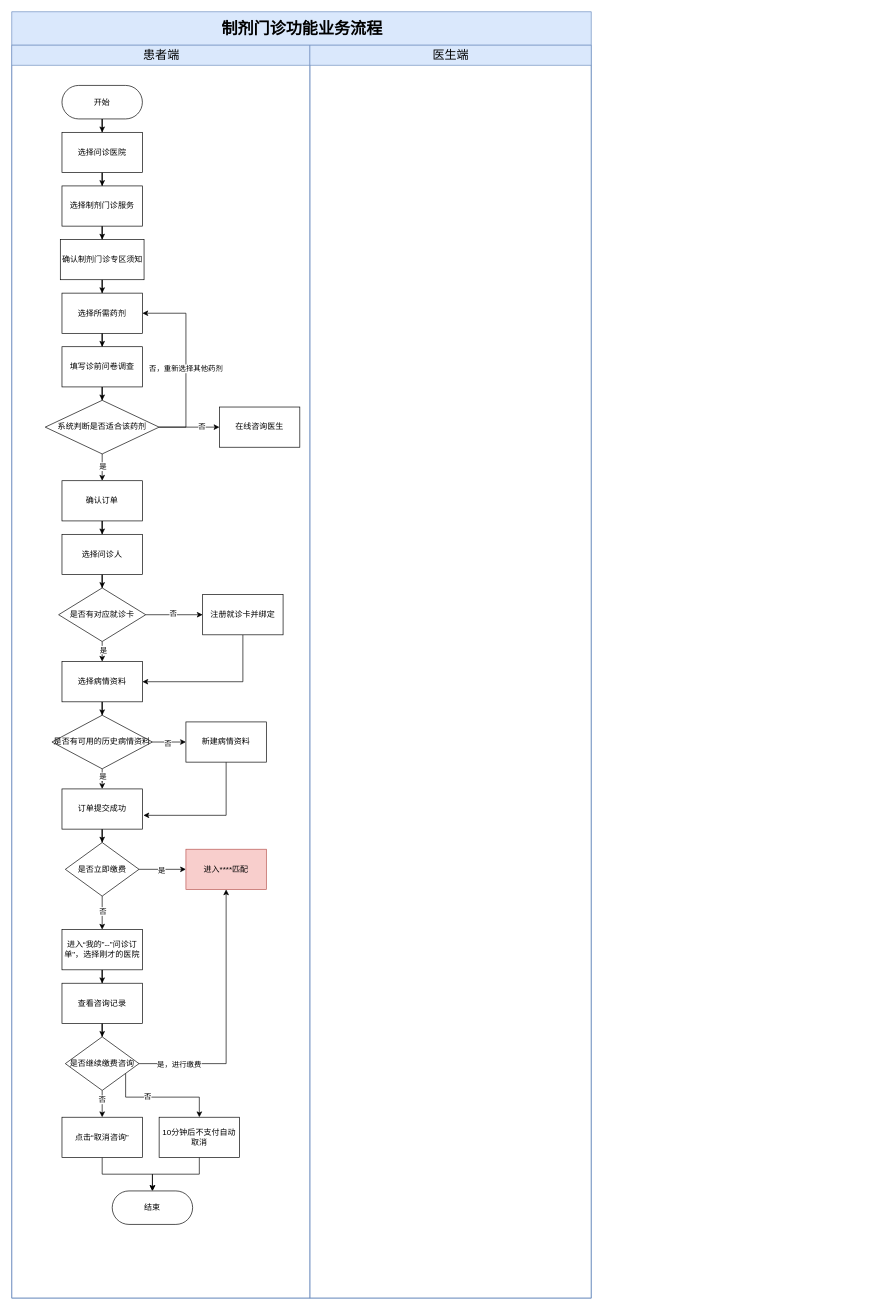
This is 制剂门诊功能.drawio from cherish-h/kaka, a draw.io file, before an edit. Source tidied: cells renumbered, new cells numbered last; positions are measured from the earlier drawing's top-left corner, leaving out a move shared by most shapes. Both pictures are drawn from the tidied source at 67%, with x=0, y=0 at pixel (11, 11).
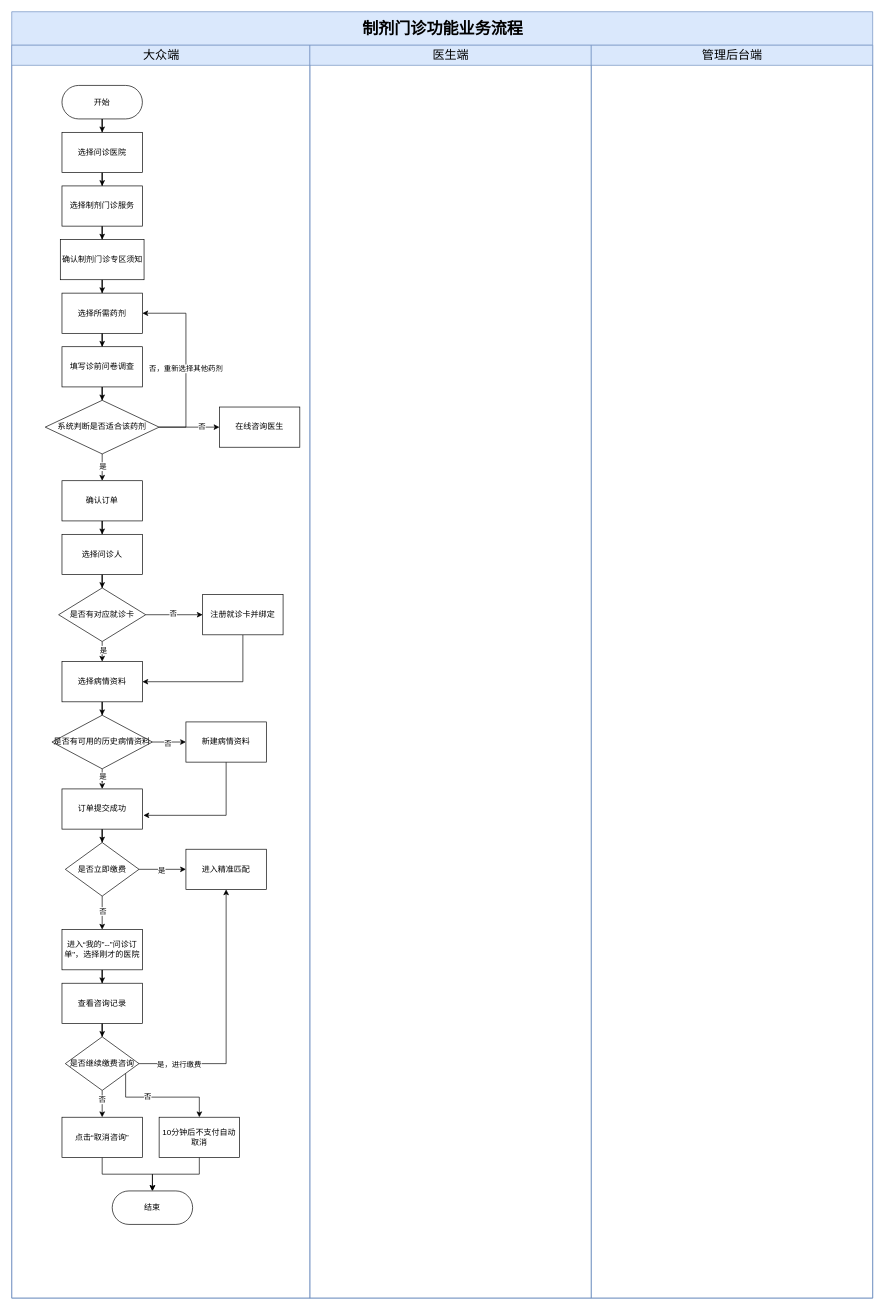
Above is the later version.

Commit message (it also covers changes not shown here):
更新制剂门诊功能.drawio

Change to the diagram source:
```diff
@@
     <mxCell id="2" value="&lt;p class=&quot;MsoNormal&quot;&gt;&lt;span style=&quot;font-family: 宋体;&quot;&gt;&lt;font style=&quot;font-size: 24px;&quot;&gt;制剂门诊功能业务流程&lt;/font&gt;&lt;/span&gt;&lt;/p&gt;" style="swimlane;html=1;startSize=50;rounded=0;shadow=0;labelBackgroundColor=none;strokeWidth=1;fontFamily=Verdana;fontSize=8;align=center;fillColor=#dae8fc;strokeColor=#6c8ebf;" parent="1" vertex="1">
-      <mxGeometry width="865" height="1920" as="geometry" />
+      <mxGeometry width="1285" height="1920" as="geometry" />
     </mxCell>
-    <mxCell id="3" value="&lt;font style=&quot;font-size: 18px; font-weight: normal;&quot;&gt;患者端&lt;/font&gt;" style="swimlane;html=1;startSize=30;fillColor=#dae8fc;strokeColor=#6c8ebf;" parent="2" vertex="1">
+    <mxCell id="3" value="&lt;font style=&quot;font-size: 18px; font-weight: normal;&quot;&gt;大众端&lt;/font&gt;" style="swimlane;html=1;startSize=30;fillColor=#dae8fc;strokeColor=#6c8ebf;" parent="2" vertex="1">
       <mxGeometry y="50" width="445" height="1870" as="geometry" />
     </mxCell>
@@
-    <mxCell id="51" value="进入****匹配" style="whiteSpace=wrap;html=1;rounded=0;fillColor=#f8cecc;strokeColor=#b85450;" parent="3" vertex="1">
+    <mxCell id="51" value="进入精准匹配" style="whiteSpace=wrap;html=1;rounded=0;fillColor=none;strokeColor=#000000;" parent="3" vertex="1">
       <mxGeometry x="260" y="1200" width="120" height="60" as="geometry" />
     </mxCell>
@@
+    <mxCell id="69" value="&lt;font style=&quot;font-size: 18px; font-weight: normal;&quot;&gt;管理后台端&lt;/font&gt;" style="swimlane;html=1;startSize=30;fillColor=#dae8fc;strokeColor=#6c8ebf;" parent="2" vertex="1">
+      <mxGeometry x="865" y="50" width="420" height="1870" as="geometry" />
+    </mxCell>
```
